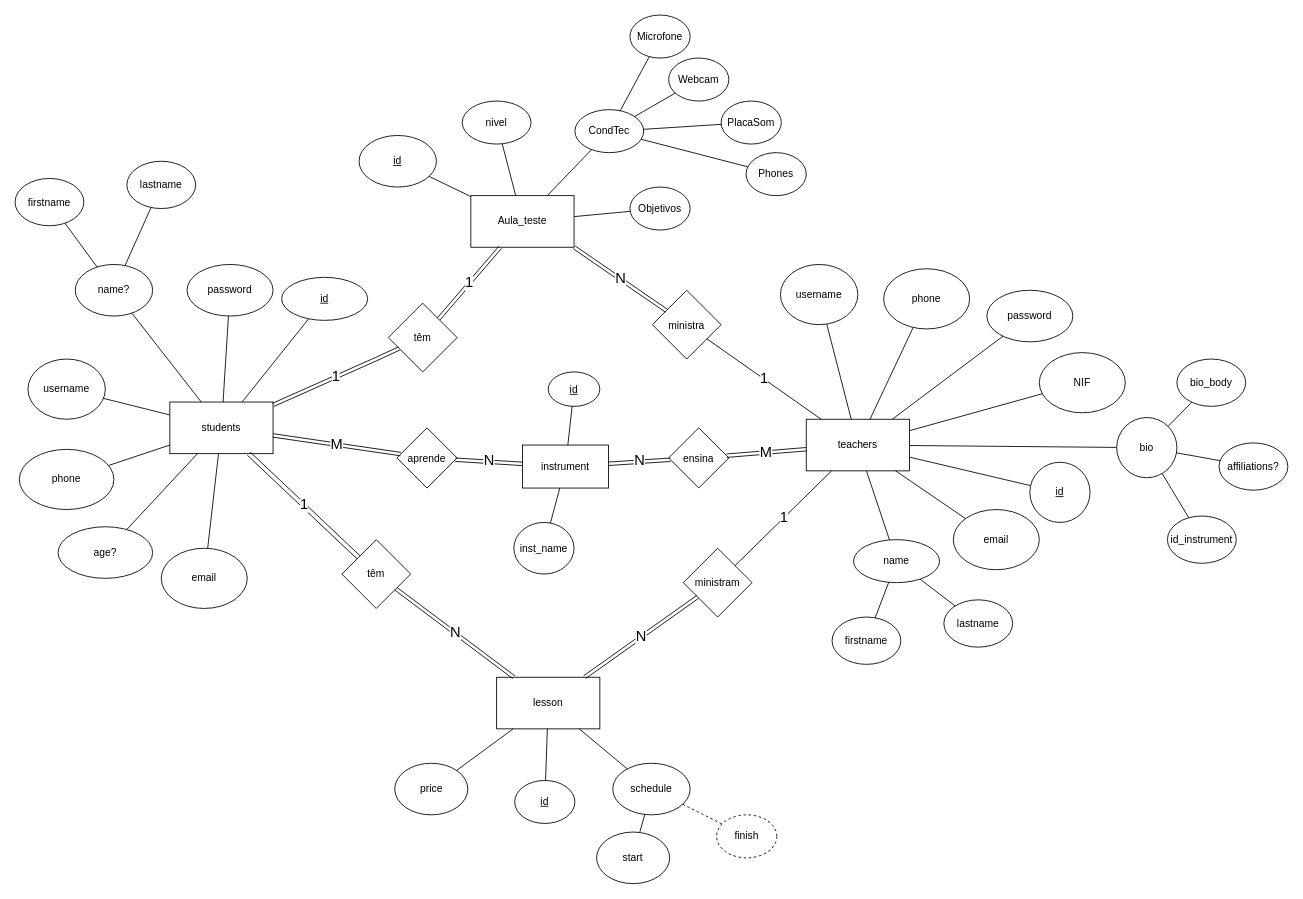
brenexvex/firstproject keeps this draw.io diagram as Modelo_inicial.drawio. Above is the earlier version. Source tidied: cells renumbered, new cells numbered last; positions are measured from the earlier drawing's top-left corner, leaving out a move shared by most shapes. Both pictures are drawn from the tidied source at 86%, with x=0, y=0 at pixel (15, 15).
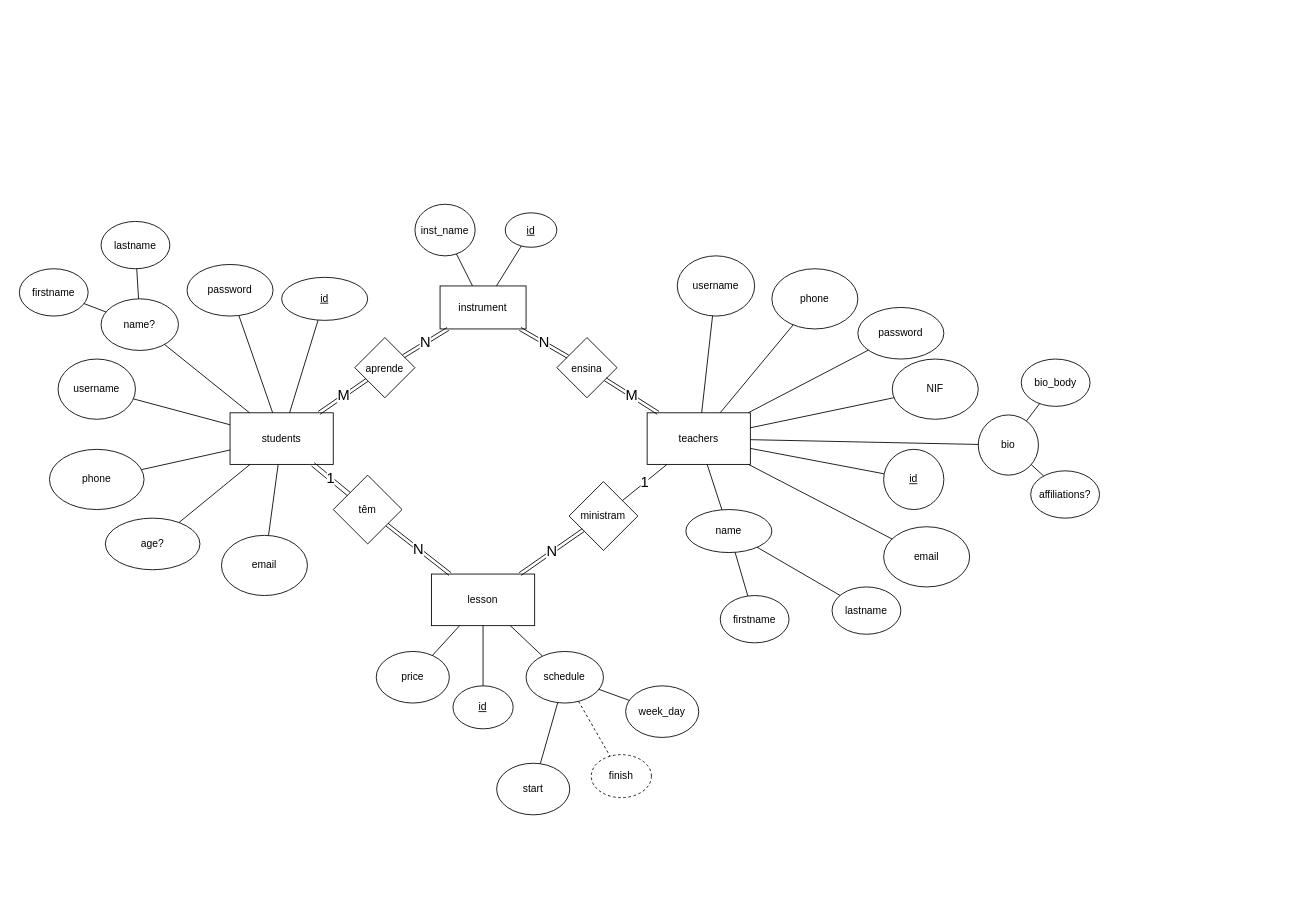
After the change.

What changed in the source:
```diff
@@
     <mxCell id="2" value="students" style="rounded=0;whiteSpace=wrap;html=1;" parent="1" vertex="1">
-      <mxGeometry x="180" y="450" width="120" height="60" as="geometry" />
+      <mxGeometry x="250" y="462.5" width="120" height="60" as="geometry" />
     </mxCell>
@@
     <mxCell id="6" value="name?" style="ellipse;whiteSpace=wrap;html=1;" parent="1" vertex="1">
-      <mxGeometry x="70" y="290" width="90" height="60" as="geometry" />
+      <mxGeometry x="100" y="330" width="90" height="60" as="geometry" />
     </mxCell>
@@
     <mxCell id="8" value="email" style="ellipse;whiteSpace=wrap;html=1;" parent="1" vertex="1">
-      <mxGeometry x="170" y="620" width="100" height="70" as="geometry" />
+      <mxGeometry x="240" y="605" width="100" height="70" as="geometry" />
     </mxCell>
@@
     <mxCell id="11" value="phone" style="ellipse;whiteSpace=wrap;html=1;perimeterSpacing=0;shadow=0;sketch=0;strokeWidth=1;gradientDirection=east;" parent="1" vertex="1">
-      <mxGeometry x="5" y="505" width="110" height="70" as="geometry" />
+      <mxGeometry x="40" y="505" width="110" height="70" as="geometry" />
     </mxCell>
@@
     <mxCell id="13" value="age?" style="ellipse;whiteSpace=wrap;html=1;rounded=0;sketch=0;" parent="1" vertex="1">
-      <mxGeometry x="50" y="595" width="110" height="60" as="geometry" />
+      <mxGeometry x="105" y="585" width="110" height="60" as="geometry" />
     </mxCell>
     <mxCell id="14" value="teachers" style="rounded=0;whiteSpace=wrap;html=1;" parent="1" vertex="1">
-      <mxGeometry x="920" y="470" width="120" height="60" as="geometry" />
+      <mxGeometry x="735" y="462.5" width="120" height="60" as="geometry" />
     </mxCell>
@@
     <mxCell id="16" value="&lt;u&gt;id&lt;/u&gt;" style="ellipse;whiteSpace=wrap;html=1;" parent="1" vertex="1">
-      <mxGeometry x="1180" y="520" width="70" height="70" as="geometry" />
+      <mxGeometry x="1010" y="505" width="70" height="70" as="geometry" />
     </mxCell>
     <mxCell id="17" value="name" style="ellipse;whiteSpace=wrap;html=1;" parent="1" vertex="1">
-      <mxGeometry x="975" y="610" width="100" height="50" as="geometry" />
+      <mxGeometry x="780" y="575" width="100" height="50" as="geometry" />
     </mxCell>
@@
     <mxCell id="19" value="email" style="ellipse;whiteSpace=wrap;html=1;" parent="1" vertex="1">
-      <mxGeometry x="1091" y="575" width="100" height="70" as="geometry" />
+      <mxGeometry x="1010" y="595" width="100" height="70" as="geometry" />
     </mxCell>
@@
     <mxCell id="21" value="lesson" style="rounded=0;whiteSpace=wrap;html=1;" parent="1" vertex="1">
-      <mxGeometry x="560" y="770" width="120" height="60" as="geometry" />
+      <mxGeometry x="484.2" y="650" width="120" height="60" as="geometry" />
     </mxCell>
     <mxCell id="22" value="&lt;u&gt;id&lt;/u&gt;" style="ellipse;whiteSpace=wrap;html=1;" parent="1" vertex="1">
-      <mxGeometry x="581" y="890" width="70" height="50" as="geometry" />
+      <mxGeometry x="509.2" y="780" width="70" height="50" as="geometry" />
     </mxCell>
@@
     <mxCell id="24" value="ministram" style="rhombus;whiteSpace=wrap;html=1;" parent="1" vertex="1">
-      <mxGeometry x="777" y="620" width="80" height="80" as="geometry" />
+      <mxGeometry x="644.2" y="542.5" width="80" height="80" as="geometry" />
     </mxCell>
     <mxCell id="25" value="têm" style="rhombus;whiteSpace=wrap;html=1;" parent="1" vertex="1">
-      <mxGeometry x="380" y="610" width="80" height="80" as="geometry" />
+      <mxGeometry x="370" y="535" width="80" height="80" as="geometry" />
     </mxCell>
     <mxCell id="26" value="username" style="ellipse;whiteSpace=wrap;html=1;" parent="1" vertex="1">
-      <mxGeometry x="15" y="400" width="90" height="70" as="geometry" />
+      <mxGeometry x="50" y="400" width="90" height="70" as="geometry" />
     </mxCell>
@@
     <mxCell id="28" value="phone" style="ellipse;whiteSpace=wrap;html=1;" parent="1" vertex="1">
-      <mxGeometry x="1010" y="295" width="100" height="70" as="geometry" />
+      <mxGeometry x="880" y="295" width="100" height="70" as="geometry" />
     </mxCell>
@@
     <mxCell id="30" value="password" style="ellipse;whiteSpace=wrap;html=1;" parent="1" vertex="1">
-      <mxGeometry x="1130" y="320" width="100" height="60" as="geometry" />
+      <mxGeometry x="980" y="340" width="100" height="60" as="geometry" />
     </mxCell>
     <mxCell id="31" value="username" style="ellipse;whiteSpace=wrap;html=1;" parent="1" vertex="1">
-      <mxGeometry x="890" y="290" width="90" height="70" as="geometry" />
+      <mxGeometry x="770" y="280" width="90" height="70" as="geometry" />
     </mxCell>
@@
     <mxCell id="37" value="price" style="ellipse;whiteSpace=wrap;html=1;fillColor=none;" parent="1" vertex="1">
-      <mxGeometry x="441.5" y="870" width="85" height="60" as="geometry" />
+      <mxGeometry x="420" y="740" width="85" height="60" as="geometry" />
     </mxCell>
@@
     <mxCell id="39" value="&lt;font style=&quot;font-size: 12px&quot;&gt;schedule&lt;/font&gt;" style="ellipse;whiteSpace=wrap;html=1;fillColor=none;fontSize=12;" parent="1" vertex="1">
-      <mxGeometry x="695" y="870" width="90" height="60" as="geometry" />
+      <mxGeometry x="594.2" y="740" width="90" height="60" as="geometry" />
     </mxCell>
@@
     <mxCell id="41" value="NIF" style="ellipse;whiteSpace=wrap;html=1;fontSize=12;" parent="1" vertex="1">
-      <mxGeometry x="1191" y="392.5" width="100" height="70" as="geometry" />
+      <mxGeometry x="1020" y="400" width="100" height="70" as="geometry" />
     </mxCell>
@@
-    <mxCell id="43" value="Aula_teste" style="rounded=0;whiteSpace=wrap;html=1;" parent="1" vertex="1">
-      <mxGeometry x="530" y="210" width="120" height="60" as="geometry" />
-    </mxCell>
-    <mxCell id="44" value="nivel" style="ellipse;whiteSpace=wrap;html=1;" parent="1" vertex="1">
-      <mxGeometry x="520" y="100" width="80" height="50" as="geometry" />
-    </mxCell>
-    <mxCell id="45" value="&lt;u&gt;id&lt;/u&gt;" style="ellipse;whiteSpace=wrap;html=1;" parent="1" vertex="1">
-      <mxGeometry x="400" y="140" width="90" height="60" as="geometry" />
-    </mxCell>
-    <mxCell id="46" style="endArrow=none;html=1;" parent="1" edge="1" source="43" target="44">
-      <mxGeometry relative="1" as="geometry" />
-    </mxCell>
-    <mxCell id="47" style="endArrow=none;html=1;" parent="1" edge="1" source="45" target="43">
-      <mxGeometry relative="1" as="geometry" />
-    </mxCell>
-    <mxCell id="48" value="CondTec" style="ellipse;whiteSpace=wrap;html=1;" parent="1" vertex="1">
-      <mxGeometry x="651" y="110" width="80" height="50" as="geometry" />
-    </mxCell>
-    <mxCell id="49" value="Webcam" style="ellipse;whiteSpace=wrap;html=1;" parent="1" vertex="1">
-      <mxGeometry x="760" y="50" width="70" height="50" as="geometry" />
-    </mxCell>
-    <mxCell id="50" value="PlacaSom" style="ellipse;whiteSpace=wrap;html=1;" parent="1" vertex="1">
-      <mxGeometry x="821" y="100" width="70" height="50" as="geometry" />
-    </mxCell>
-    <mxCell id="51" value="Phones" style="ellipse;whiteSpace=wrap;html=1;" parent="1" vertex="1">
-      <mxGeometry x="850" y="160" width="70" height="50" as="geometry" />
-    </mxCell>
-    <mxCell id="52" style="endArrow=none;html=1;" parent="1" edge="1" source="48" target="50">
-      <mxGeometry relative="1" as="geometry" />
-    </mxCell>
-    <mxCell id="53" style="endArrow=none;html=1;" parent="1" edge="1" source="48" target="51">
-      <mxGeometry relative="1" as="geometry" />
-    </mxCell>
-    <mxCell id="54" style="endArrow=none;html=1;" parent="1" edge="1" source="48" target="49">
-      <mxGeometry relative="1" as="geometry" />
-    </mxCell>
-    <mxCell id="55" value="Microfone" style="ellipse;whiteSpace=wrap;html=1;" parent="1" vertex="1">
-      <mxGeometry x="715" width="70" height="50" as="geometry" />
-    </mxCell>
-    <mxCell id="56" style="endArrow=none;html=1;" parent="1" edge="1" source="48" target="55">
-      <mxGeometry relative="1" as="geometry" />
-    </mxCell>
-    <mxCell id="57" style="endArrow=none;html=1;" parent="1" edge="1" source="43" target="48">
-      <mxGeometry relative="1" as="geometry" />
-    </mxCell>
-    <mxCell id="58" value="Objetivos" style="ellipse;whiteSpace=wrap;html=1;" parent="1" vertex="1">
-      <mxGeometry x="715" y="200" width="70" height="50" as="geometry" />
-    </mxCell>
-    <mxCell id="59" style="endArrow=none;html=1;" parent="1" edge="1" source="43" target="58">
-      <mxGeometry relative="1" as="geometry" />
-    </mxCell>
-    <mxCell id="60" value="têm" style="rhombus;whiteSpace=wrap;html=1;" parent="1" vertex="1">
-      <mxGeometry x="434" y="335" width="80" height="80" as="geometry" />
-    </mxCell>
-    <mxCell id="61" value="1" style="shape=link;html=1;fontSize=17;" parent="1" edge="1" source="2" target="60">
-      <mxGeometry relative="1" as="geometry">
-        <Array as="points">
-          <mxPoint x="420" y="400" />
-        </Array>
-      </mxGeometry>
-    </mxCell>
-    <mxCell id="62" value="1" style="shape=link;html=1;fontSize=17;" parent="1" edge="1" source="60" target="43">
-      <mxGeometry relative="1" as="geometry" />
-    </mxCell>
-    <mxCell id="63" value="&lt;font style=&quot;font-size: 12px&quot;&gt;ministra&lt;/font&gt;" style="rhombus;whiteSpace=wrap;html=1;fontSize=17;" parent="1" vertex="1">
-      <mxGeometry x="741" y="320" width="80" height="80" as="geometry" />
-    </mxCell>
-    <mxCell id="64" value="N" style="shape=link;html=1;fontSize=17;" parent="1" edge="1" source="63">
-      <mxGeometry relative="1" as="geometry">
-        <mxPoint x="650" y="270" as="targetPoint" />
-      </mxGeometry>
-    </mxCell>
-    <mxCell id="65" value="1" style="endArrow=none;html=1;fontSize=17;" parent="1" edge="1" source="14" target="63">
-      <mxGeometry relative="1" as="geometry" />
-    </mxCell>
@@
     <mxCell id="67" value="&lt;font style=&quot;font-size: 12px&quot;&gt;instrument&lt;/font&gt;" style="rounded=0;whiteSpace=wrap;html=1;fontSize=17;" parent="1" vertex="1">
-      <mxGeometry x="590" y="500" width="100" height="50" as="geometry" />
+      <mxGeometry x="494.2" y="315" width="100" height="50" as="geometry" />
     </mxCell>
     <mxCell id="68" value="&lt;font style=&quot;font-size: 12px&quot;&gt;aprende&lt;/font&gt;" style="rhombus;whiteSpace=wrap;html=1;fontSize=17;" parent="1" vertex="1">
-      <mxGeometry x="444" y="480" width="70" height="70" as="geometry" />
+      <mxGeometry x="395" y="375" width="70" height="70" as="geometry" />
     </mxCell>
     <mxCell id="69" value="&lt;font style=&quot;font-size: 12px&quot;&gt;ensina&lt;/font&gt;" style="rhombus;whiteSpace=wrap;html=1;fontSize=17;" parent="1" vertex="1">
-      <mxGeometry x="760" y="480" width="70" height="70" as="geometry" />
+      <mxGeometry x="630" y="375" width="70" height="70" as="geometry" />
     </mxCell>
@@
     <mxCell id="74" value="&lt;font style=&quot;font-size: 12px&quot;&gt;&lt;u&gt;id&lt;/u&gt;&lt;/font&gt;" style="ellipse;whiteSpace=wrap;html=1;fontSize=17;" parent="1" vertex="1">
-      <mxGeometry x="620" y="415" width="60" height="40" as="geometry" />
+      <mxGeometry x="570" y="230" width="60" height="40" as="geometry" />
     </mxCell>
@@
     <mxCell id="76" value="&lt;font style=&quot;font-size: 12px&quot;&gt;inst_name&lt;/font&gt;" style="ellipse;whiteSpace=wrap;html=1;fontSize=17;" parent="1" vertex="1">
-      <mxGeometry x="580" y="590" width="70" height="60" as="geometry" />
+      <mxGeometry x="465" y="220" width="70" height="60" as="geometry" />
     </mxCell>
@@
     <mxCell id="78" value="firstname" style="ellipse;whiteSpace=wrap;html=1;" parent="1" vertex="1">
-      <mxGeometry y="190" width="80" height="55" as="geometry" />
+      <mxGeometry x="5" y="295" width="80" height="55" as="geometry" />
     </mxCell>
     <mxCell id="79" value="lastname" style="ellipse;whiteSpace=wrap;html=1;" parent="1" vertex="1">
-      <mxGeometry x="130" y="170" width="80" height="55" as="geometry" />
+      <mxGeometry x="100" y="240" width="80" height="55" as="geometry" />
     </mxCell>
@@
     <mxCell id="83" value="firstname" style="ellipse;whiteSpace=wrap;html=1;" parent="1" vertex="1">
-      <mxGeometry x="950" y="700" width="80" height="55" as="geometry" />
+      <mxGeometry x="820" y="675" width="80" height="55" as="geometry" />
     </mxCell>
     <mxCell id="84" value="lastname" style="ellipse;whiteSpace=wrap;html=1;" parent="1" vertex="1">
-      <mxGeometry x="1080" y="680" width="80" height="55" as="geometry" />
+      <mxGeometry x="950" y="665" width="80" height="55" as="geometry" />
     </mxCell>
@@
     <mxCell id="88" value="bio" style="ellipse;whiteSpace=wrap;html=1;" parent="1" vertex="1">
-      <mxGeometry x="1281" y="468" width="70" height="70" as="geometry" />
+      <mxGeometry x="1120" y="465" width="70" height="70" as="geometry" />
     </mxCell>
-    <mxCell id="89" value="id_instrument" style="ellipse;whiteSpace=wrap;html=1;" parent="1" vertex="1">
-      <mxGeometry x="1340" y="582.5" width="80" height="55" as="geometry" />
-    </mxCell>
     <mxCell id="90" value="affiliations?" style="ellipse;whiteSpace=wrap;html=1;" parent="1" vertex="1">
-      <mxGeometry x="1400" y="497.5" width="80" height="55" as="geometry" />
+      <mxGeometry x="1181" y="530" width="80" height="55" as="geometry" />
     </mxCell>
-    <mxCell id="91" style="endArrow=none;html=1;" parent="1" edge="1" source="88" target="89">
-      <mxGeometry relative="1" as="geometry" />
-    </mxCell>
@@
     <mxCell id="93" value="bio_body" style="ellipse;whiteSpace=wrap;html=1;" parent="1" vertex="1">
-      <mxGeometry x="1351" y="400" width="80" height="55" as="geometry" />
+      <mxGeometry x="1170" y="400" width="80" height="55" as="geometry" />
     </mxCell>
@@
     <mxCell id="95" value="finish" style="ellipse;whiteSpace=wrap;html=1;dashed=1;" parent="1" vertex="1">
-      <mxGeometry x="815.8" y="930" width="70" height="50" as="geometry" />
+      <mxGeometry x="670" y="860" width="70" height="50" as="geometry" />
     </mxCell>
@@
     <mxCell id="97" value="start" style="ellipse;whiteSpace=wrap;html=1;fillColor=none;" parent="1" vertex="1">
-      <mxGeometry x="676.2" y="950" width="85" height="60" as="geometry" />
+      <mxGeometry x="560" y="870" width="85" height="60" as="geometry" />
     </mxCell>
@@
+    <mxCell id="99" value="week_day" style="ellipse;whiteSpace=wrap;html=1;fillColor=none;" parent="1" vertex="1">
+      <mxGeometry x="710" y="780" width="85" height="60" as="geometry" />
+    </mxCell>
+    <mxCell id="100" style="endArrow=none;html=1;" parent="1" edge="1" source="99" target="39">
+      <mxGeometry relative="1" as="geometry" />
+    </mxCell>
```
